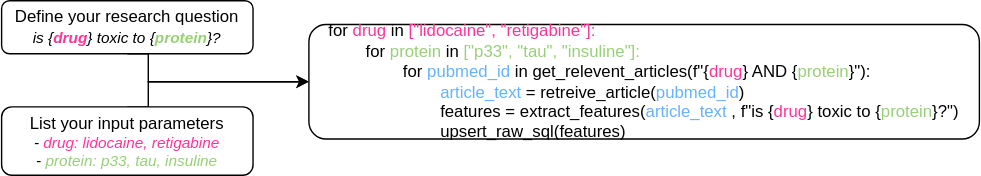
journeadrien/scholar2sql keeps this draw.io diagram as images/screning_review.drawio.svg. Above is the earlier version. Source tidied: cells renumbered, new cells last; positions are measured from the earlier drawing's top-left corner, leaving out a move shared by most shapes.
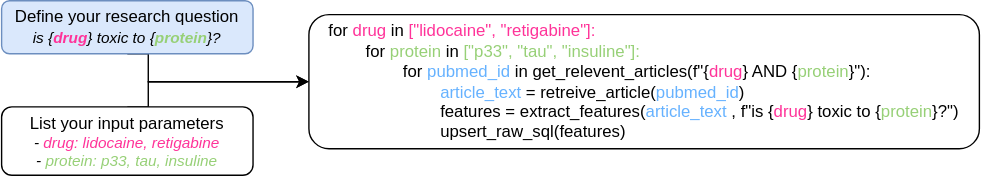
Later version of the same file.

The edit, as a diff of the source:
```diff
@@ -9,7 +9,7 @@
         </Array>
       </mxGeometry>
     </mxCell>
-    <mxCell id="3" value="&lt;font style=&quot;font-size: 12px;&quot;&gt;Define your research question&lt;/font&gt;&lt;div&gt;&lt;i&gt;&lt;font style=&quot;font-size: 11px;&quot;&gt;is {&lt;font color=&quot;#ff3399&quot;&gt;&lt;b&gt;drug&lt;/b&gt;&lt;/font&gt;} toxic to {&lt;font color=&quot;#97d077&quot;&gt;&lt;b&gt;protein&lt;/b&gt;&lt;/font&gt;}?&lt;/font&gt;&lt;/i&gt;&lt;/div&gt;" style="rounded=1;whiteSpace=wrap;html=1;gradientColor=none;fillColor=default;" parent="1" vertex="1">
+    <mxCell id="3" value="&lt;font style=&quot;font-size: 12px;&quot;&gt;Define your research question&lt;/font&gt;&lt;div&gt;&lt;i&gt;&lt;font style=&quot;font-size: 11px;&quot;&gt;is {&lt;font color=&quot;#ff3399&quot;&gt;&lt;b&gt;drug&lt;/b&gt;&lt;/font&gt;} toxic to {&lt;font color=&quot;#97d077&quot;&gt;&lt;b&gt;protein&lt;/b&gt;&lt;/font&gt;}?&lt;/font&gt;&lt;/i&gt;&lt;/div&gt;" style="rounded=1;whiteSpace=wrap;html=1;fillColor=#dae8fc;strokeColor=#6c8ebf;" parent="1" vertex="1">
       <mxGeometry width="180" height="38" as="geometry" />
     </mxCell>
     <mxCell id="4" style="rounded=0;jettySize=auto;html=1;exitX=0.5;exitY=0;exitDx=0;exitDy=0;entryX=0;entryY=0.5;entryDx=0;entryDy=0;edgeStyle=orthogonalEdgeStyle;" parent="1" edge="1" source="5" target="6">
@@ -23,7 +23,7 @@
       <mxGeometry y="76" width="180" height="49" as="geometry" />
     </mxCell>
     <mxCell id="6" value="&lt;div style=&quot;text-align: left;&quot;&gt;&lt;font style=&quot;font-size: 12px;&quot;&gt;&lt;span style=&quot;background-color: initial;&quot;&gt;for&lt;font color=&quot;#ff3399&quot;&gt; drug &lt;/font&gt;in&lt;font color=&quot;#ff3399&quot;&gt; [&quot;&lt;/font&gt;&lt;/span&gt;&lt;span style=&quot;color: rgb(255, 51, 153); background-color: initial;&quot;&gt;lidocaine&quot;, &quot;retigabine&quot;&lt;/span&gt;&lt;span style=&quot;color: rgb(255, 51, 153); background-color: initial;&quot;&gt;]:&lt;/span&gt;&lt;/font&gt;&lt;/div&gt;&lt;div style=&quot;text-align: left;&quot;&gt;&lt;font style=&quot;font-size: 12px;&quot;&gt;&lt;span style=&quot;white-space: pre;&quot;&gt;&#9;&lt;/span&gt;for&lt;font color=&quot;#97d077&quot;&gt; protein &lt;/font&gt;in&lt;font color=&quot;#97d077&quot;&gt; [&quot;&lt;span style=&quot;background-color: initial;&quot;&gt;p33&quot;, &quot;tau&quot;, &quot;insuline&quot;&lt;/span&gt;&lt;span style=&quot;background-color: initial;&quot;&gt;]:&lt;/span&gt;&lt;/font&gt;&lt;/font&gt;&lt;/div&gt;&lt;div style=&quot;text-align: left;&quot;&gt;&lt;font style=&quot;font-size: 12px;&quot;&gt;&lt;span style=&quot;background-color: initial;&quot;&gt;&lt;span style=&quot;color: rgb(151, 208, 119); white-space: pre;&quot;&gt;&#9;&lt;/span&gt;&lt;span style=&quot;color: rgb(151, 208, 119); white-space: pre;&quot;&gt;&#9;&lt;/span&gt;for &lt;font color=&quot;#66b2ff&quot;&gt;pubmed_id&lt;/font&gt; in get_relevent_articles(&lt;/span&gt;&lt;span style=&quot;background-color: initial;&quot;&gt;f&quot;&lt;/span&gt;&lt;span style=&quot;background-color: initial; text-align: center;&quot;&gt;{&lt;font color=&quot;#ff3399&quot;&gt;drug&lt;/font&gt;} AND {&lt;font color=&quot;#97d077&quot;&gt;protein&lt;/font&gt;}&quot;):&lt;/span&gt;&lt;span style=&quot;background-color: initial;&quot;&gt;&lt;br&gt;&lt;/span&gt;&lt;/font&gt;&lt;/div&gt;&lt;div style=&quot;text-align: left;&quot;&gt;&lt;font style=&quot;font-size: 12px;&quot;&gt;&lt;span style=&quot;background-color: initial; text-align: center;&quot;&gt;&lt;span style=&quot;white-space: pre;&quot;&gt;&#9;&lt;/span&gt;&lt;span style=&quot;white-space: pre;&quot;&gt;&#9;&lt;/span&gt;&lt;span style=&quot;white-space: pre;&quot;&gt;&#9;&lt;/span&gt;&lt;font color=&quot;#66b2ff&quot;&gt;article_text&lt;/font&gt; = retreive_article(&lt;/span&gt;&lt;font color=&quot;#66b2ff&quot;&gt;pubmed_id&lt;/font&gt;&lt;span style=&quot;background-color: initial; text-align: center;&quot;&gt;)&lt;br&gt;&lt;/span&gt;&lt;/font&gt;&lt;/div&gt;&lt;div style=&quot;text-align: left;&quot;&gt;&lt;font style=&quot;font-size: 12px;&quot;&gt;&lt;span style=&quot;background-color: initial;&quot;&gt;&lt;span style=&quot;white-space: pre;&quot;&gt;&#9;&lt;/span&gt;&lt;span style=&quot;white-space: pre;&quot;&gt;&#9;&lt;span style=&quot;white-space: pre;&quot;&gt;&#9;&lt;/span&gt;features = &lt;/span&gt;extract_features(&lt;/span&gt;&lt;/font&gt;&lt;span style=&quot;background-color: initial; text-align: center;&quot;&gt;&lt;font color=&quot;#66b2ff&quot;&gt;article_text&lt;/font&gt; ,&amp;nbsp;&lt;/span&gt;&lt;span style=&quot;background-color: initial;&quot;&gt;f&quot;i&lt;/span&gt;&lt;span style=&quot;background-color: initial; text-align: center;&quot;&gt;s {&lt;font color=&quot;#ff3399&quot;&gt;drug&lt;/font&gt;} toxic to {&lt;font color=&quot;#97d077&quot;&gt;protein&lt;/font&gt;}?&quot;&lt;/span&gt;&lt;span style=&quot;background-color: initial;&quot;&gt;)&lt;/span&gt;&lt;/div&gt;&lt;div style=&quot;text-align: left;&quot;&gt;&lt;span style=&quot;background-color: initial;&quot;&gt;&lt;span style=&quot;white-space: pre;&quot;&gt;&#9;&lt;/span&gt;&lt;span style=&quot;white-space: pre;&quot;&gt;&#9;&lt;/span&gt;&lt;span style=&quot;white-space: pre;&quot;&gt;&#9;&lt;/span&gt;upsert_raw_sql(features)&lt;br&gt;&lt;/span&gt;&lt;/div&gt;" style="rounded=1;whiteSpace=wrap;html=1;rotation=0;" parent="1" vertex="1">
-      <mxGeometry x="220" y="17" width="480" height="82" as="geometry" />
+      <mxGeometry x="220" y="10" width="480" height="96" as="geometry" />
     </mxCell>
   </root>
 </mxGraphModel>
```
